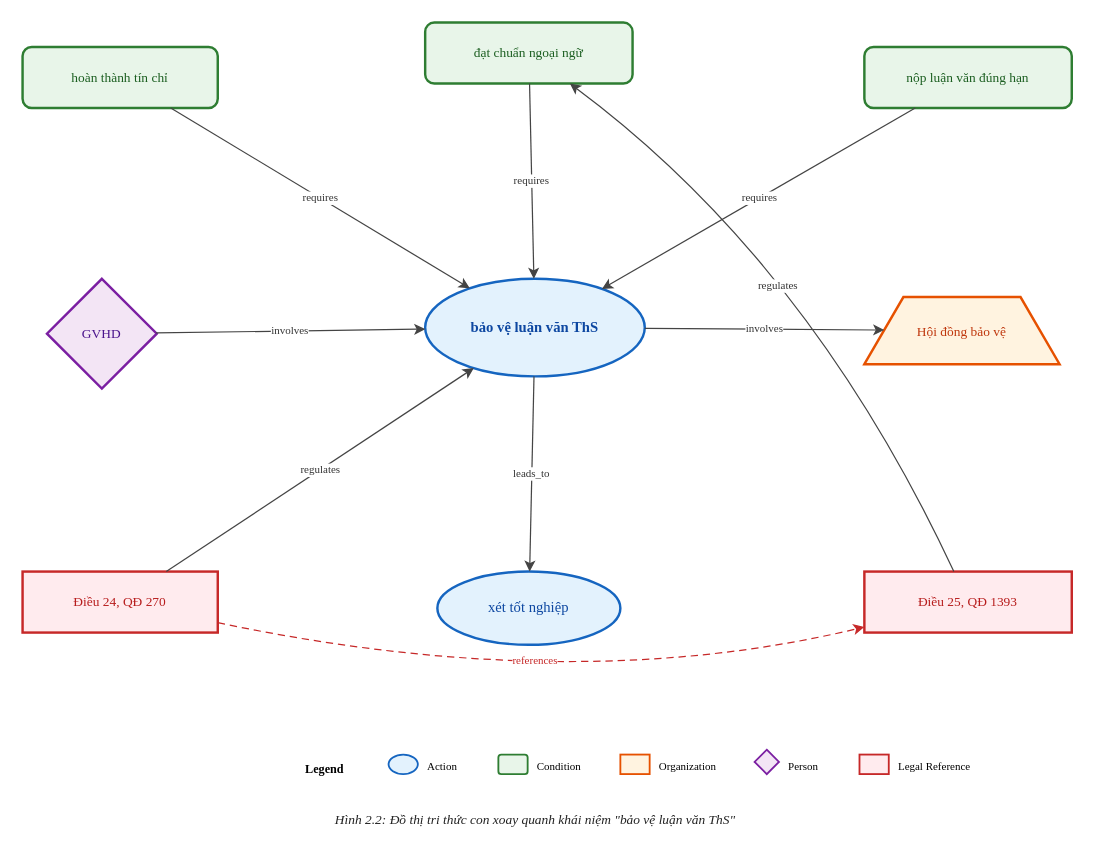
The draw.io diagram thesis-restored/diagrams/figure2-2-kg-subgraph.drawio in hienlh/vn-legal-rag, before the edit. Source tidied: cells renumbered, new cells numbered last; positions are measured from the earlier drawing's top-left corner, leaving out a move shared by most shapes. Both pictures are drawn from the tidied source at 122%, with x=0, y=0 at pixel (22, 22).
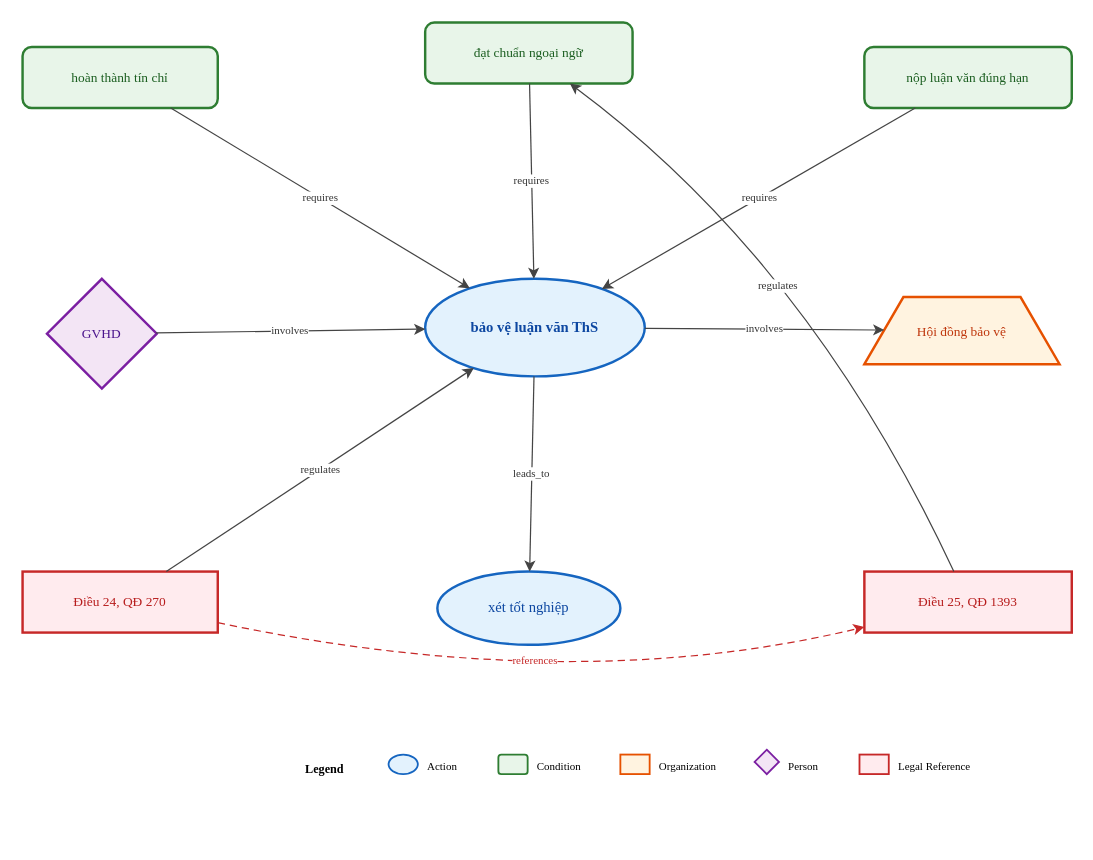
Above is the later version.

The edit, as a diff of the source:
```diff
@@
-    <mxCell id="31" value="&lt;i&gt;Hình 2.2: Đồ thị tri thức con xoay quanh khái niệm &quot;bảo vệ luận văn ThS&quot;&lt;/i&gt;" style="text;html=1;align=center;fontSize=11;fontFamily=Times New Roman;fontColor=#222;" parent="1" vertex="1">
-      <mxGeometry x="150" y="640" width="540" height="30" as="geometry" />
-    </mxCell>
```
